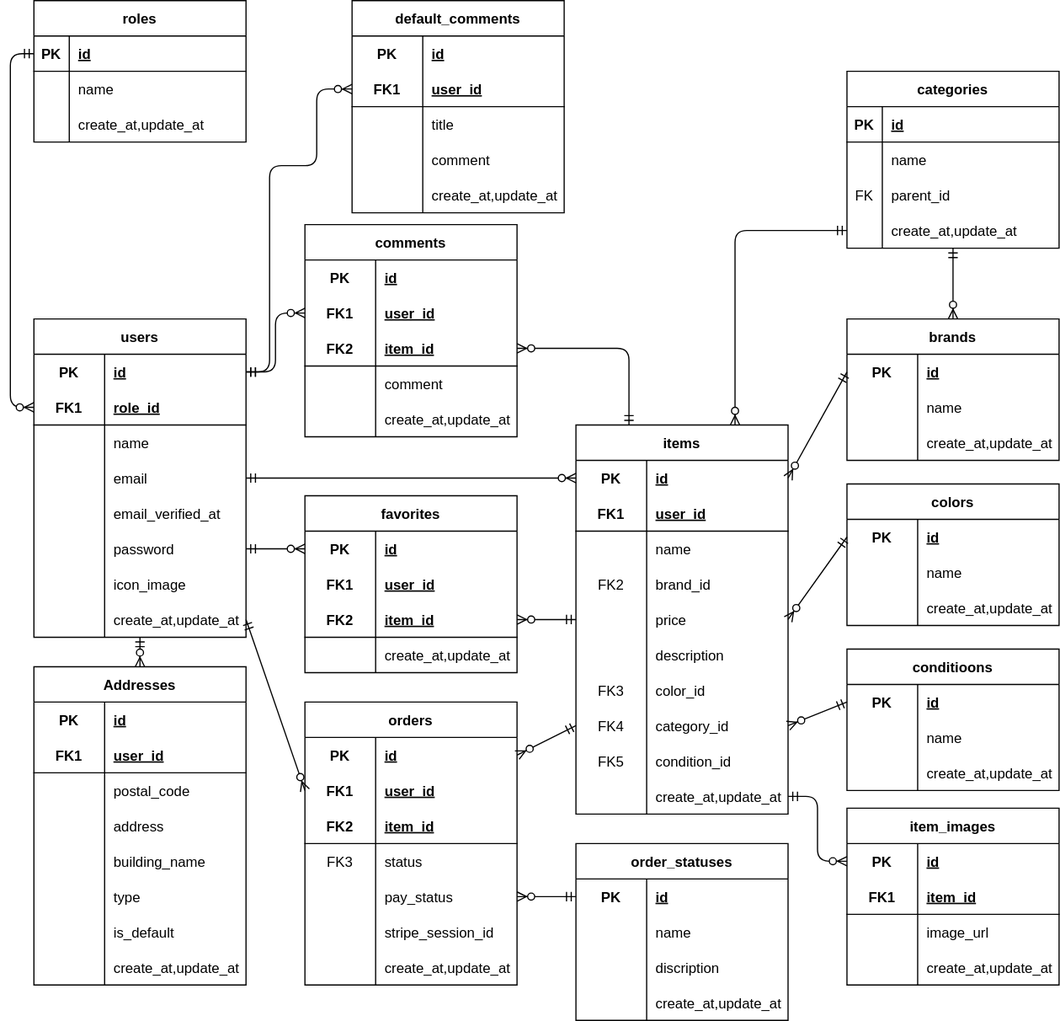
The draw.io diagram er.drawio.svg in fujico23/coachtech-flea-market-app, before a commit. Source tidied: cells renumbered, new cells last; positions are measured from the earlier drawing's top-left corner, leaving out a move shared by most shapes.
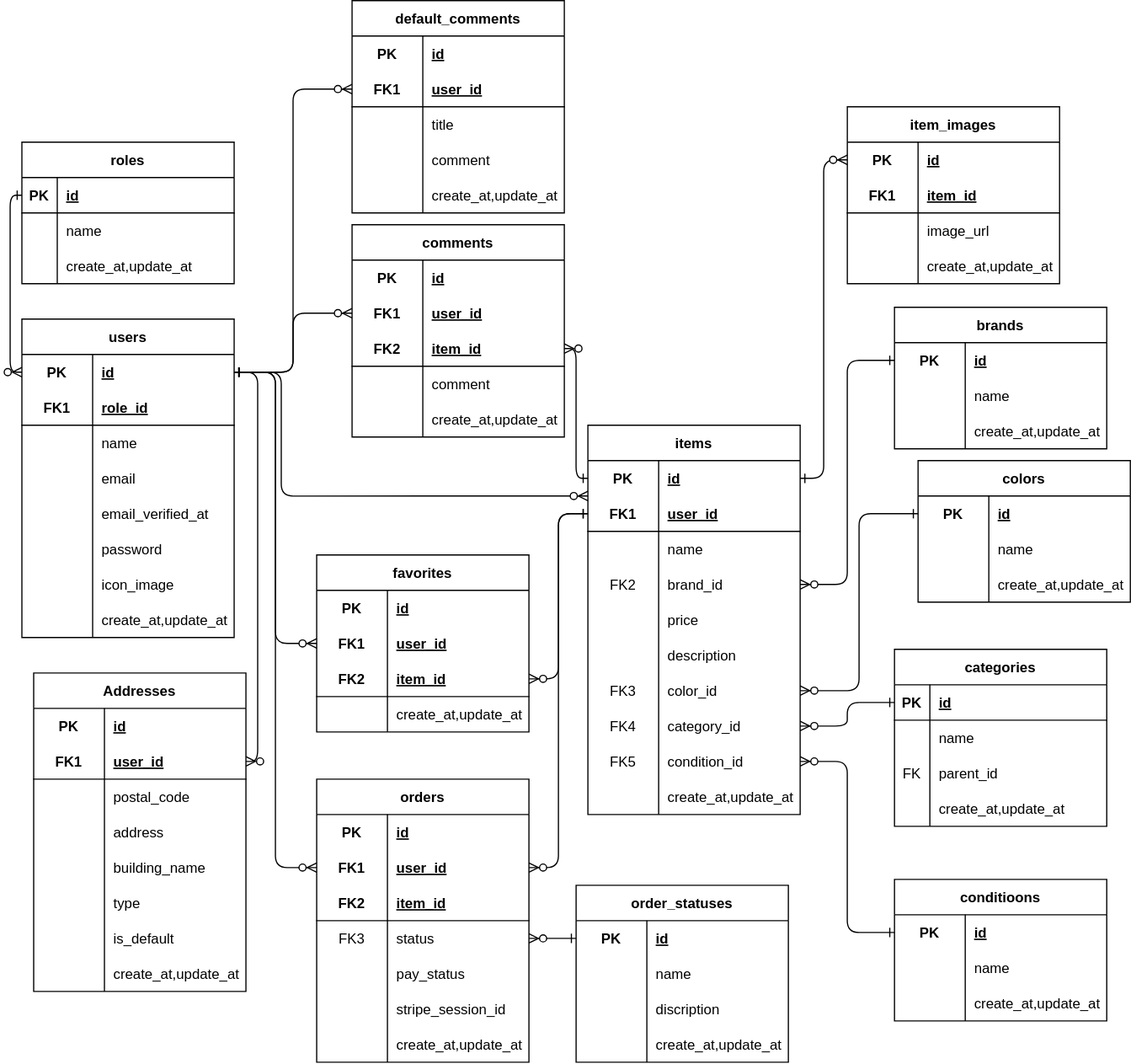
The same diagram one commit later.

Diff of the diagram source:
```diff
@@ -5,3 +5,3 @@
     <mxCell id="2" value="users" style="shape=table;startSize=30;rowLines=0;fontStyle=1;align=center;" parent="1" vertex="1">
-      <mxGeometry x="20" y="270" width="180" height="270" as="geometry" />
+      <mxGeometry x="10" y="270" width="180" height="270" as="geometry" />
     </mxCell>
@@ -80,3 +80,3 @@
     <mxCell id="27" value="roles" style="shape=table;startSize=30;rowLines=0;fontStyle=1;align=center;" parent="1" vertex="1">
-      <mxGeometry x="20" width="180" height="120" as="geometry" />
+      <mxGeometry x="10" y="120" width="180" height="120" as="geometry" />
     </mxCell>
@@ -110,3 +110,3 @@
     <mxCell id="37" value="Addresses" style="shape=table;startSize=30;rowLines=0;fontStyle=1;align=center;" parent="1" vertex="1">
-      <mxGeometry x="20" y="565" width="180" height="270" as="geometry" />
+      <mxGeometry x="20" y="570" width="180" height="270" as="geometry" />
     </mxCell>
@@ -185,3 +185,3 @@
     <mxCell id="62" value="items" style="shape=table;startSize=30;rowLines=0;fontStyle=1;align=center;" parent="1" vertex="1">
-      <mxGeometry x="480" y="360" width="180" height="330" as="geometry" />
+      <mxGeometry x="490" y="360" width="180" height="330" as="geometry" />
     </mxCell>
@@ -278,3 +278,3 @@
     <mxCell id="93" value="brands" style="shape=table;startSize=30;rowLines=0;fontStyle=1;align=center;" parent="1" vertex="1">
-      <mxGeometry x="710" y="270" width="180" height="120" as="geometry" />
+      <mxGeometry x="750" y="260" width="180" height="120" as="geometry" />
     </mxCell>
@@ -308,3 +308,3 @@
     <mxCell id="103" value="categories" style="shape=table;startSize=30;rowLines=0;fontStyle=1;align=center;" parent="1" vertex="1">
-      <mxGeometry x="710" y="60" width="180" height="150" as="geometry" />
+      <mxGeometry x="750" y="550" width="180" height="150" as="geometry" />
     </mxCell>
@@ -347,3 +347,3 @@
     <mxCell id="116" value="colors" style="shape=table;startSize=30;rowLines=0;fontStyle=1;align=center;" parent="1" vertex="1">
-      <mxGeometry x="710" y="410" width="180" height="120" as="geometry" />
+      <mxGeometry x="770" y="390" width="180" height="120" as="geometry" />
     </mxCell>
@@ -377,3 +377,3 @@
     <mxCell id="126" value="conditioons" style="shape=table;startSize=30;rowLines=0;fontStyle=1;align=center;" parent="1" vertex="1">
-      <mxGeometry x="710" y="550" width="180" height="120" as="geometry" />
+      <mxGeometry x="750" y="745" width="180" height="120" as="geometry" />
     </mxCell>
@@ -407,3 +407,3 @@
     <mxCell id="136" value="comments" style="shape=table;startSize=30;rowLines=0;fontStyle=1;align=center;" parent="1" vertex="1">
-      <mxGeometry x="250" y="190" width="180" height="180" as="geometry" />
+      <mxGeometry x="290" y="190" width="180" height="180" as="geometry" />
     </mxCell>
@@ -455,3 +455,3 @@
     <mxCell id="152" value="favorites" style="shape=table;startSize=30;rowLines=0;fontStyle=1;align=center;" parent="1" vertex="1">
-      <mxGeometry x="250" y="420" width="180" height="150" as="geometry" />
+      <mxGeometry x="260" y="470" width="180" height="150" as="geometry" />
     </mxCell>
@@ -494,3 +494,3 @@
     <mxCell id="165" value="orders" style="shape=table;startSize=30;rowLines=0;fontStyle=1;align=center;" parent="1" vertex="1">
-      <mxGeometry x="250" y="595" width="180" height="240" as="geometry" />
+      <mxGeometry x="260" y="660" width="180" height="240" as="geometry" />
     </mxCell>
@@ -560,3 +560,3 @@
     <mxCell id="187" value="order_statuses" style="shape=table;startSize=30;rowLines=0;fontStyle=1;align=center;" parent="1" vertex="1">
-      <mxGeometry x="480" y="715" width="180" height="150" as="geometry" />
+      <mxGeometry x="480" y="750" width="180" height="150" as="geometry" />
     </mxCell>
@@ -598,16 +598,4 @@
     </mxCell>
-    <mxCell id="200" style="fontSize=12;html=1;endArrow=ERzeroToMany;startArrow=ERmandOne;rounded=1;sketch=0;strokeColor=default;entryX=0.5;entryY=0;entryDx=0;entryDy=0;" parent="1" edge="1" source="24" target="37">
-      <mxGeometry relative="1" as="geometry" />
-    </mxCell>
-    <mxCell id="201" style="fontSize=12;html=1;endArrow=ERzeroToMany;startArrow=ERmandOne;rounded=1;sketch=0;strokeColor=default;entryX=1;entryY=0.5;entryDx=0;entryDy=0;exitX=0;exitY=0.5;exitDx=0;exitDy=0;" parent="1" edge="1" source="94" target="63">
-      <mxGeometry relative="1" as="geometry" />
-    </mxCell>
-    <mxCell id="202" style="fontSize=12;html=1;endArrow=ERzeroToMany;startArrow=ERmandOne;rounded=1;sketch=0;strokeColor=default;entryX=1;entryY=0.5;entryDx=0;entryDy=0;exitX=0;exitY=0.5;exitDx=0;exitDy=0;" parent="1" edge="1" source="117" target="75">
-      <mxGeometry relative="1" as="geometry" />
-    </mxCell>
-    <mxCell id="203" style="fontSize=12;html=1;endArrow=ERzeroToMany;startArrow=ERmandOne;rounded=1;sketch=0;strokeColor=default;entryX=1;entryY=0.5;entryDx=0;entryDy=0;exitX=0;exitY=0.5;exitDx=0;exitDy=0;" parent="1" edge="1" source="127" target="84">
-      <mxGeometry relative="1" as="geometry" />
-    </mxCell>
     <mxCell id="204" value="item_images" style="shape=table;startSize=30;rowLines=0;fontStyle=1;align=center;" parent="1" vertex="1">
-      <mxGeometry x="710" y="685" width="180" height="150" as="geometry" />
+      <mxGeometry x="710" y="90" width="180" height="150" as="geometry" />
     </mxCell>
@@ -649,40 +637,11 @@
     </mxCell>
-    <mxCell id="217" style="fontSize=12;html=1;endArrow=ERzeroToMany;startArrow=ERmandOne;rounded=1;sketch=0;strokeColor=default;entryX=0;entryY=0.5;entryDx=0;entryDy=0;exitX=1;exitY=0.5;exitDx=0;exitDy=0;edgeStyle=orthogonalEdgeStyle;" parent="1" edge="1" source="90" target="205">
+    <mxCell id="217" style="fontSize=12;html=1;endArrow=ERzeroToMany;startArrow=ERone;rounded=1;sketch=0;strokeColor=default;entryX=0;entryY=0.5;entryDx=0;entryDy=0;exitX=1;exitY=0.5;exitDx=0;exitDy=0;edgeStyle=orthogonalEdgeStyle;startFill=0;" parent="1" edge="1" source="63" target="205">
       <mxGeometry relative="1" as="geometry" />
     </mxCell>
-    <mxCell id="218" style="fontSize=12;html=1;endArrow=ERzeroToMany;startArrow=ERmandOne;rounded=1;sketch=0;strokeColor=default;entryX=0.5;entryY=0;entryDx=0;entryDy=0;" parent="1" edge="1" source="113" target="93">
-      <mxGeometry relative="1" as="geometry" />
-    </mxCell>
-    <mxCell id="219" style="fontSize=12;html=1;endArrow=ERzeroToMany;startArrow=ERmandOne;rounded=1;sketch=0;strokeColor=default;entryX=1;entryY=0.5;entryDx=0;entryDy=0;exitX=0;exitY=0.5;exitDx=0;exitDy=0;" parent="1" edge="1" source="188" target="178">
-      <mxGeometry relative="1" as="geometry" />
-    </mxCell>
-    <mxCell id="220" style="fontSize=12;html=1;endArrow=ERzeroToMany;startArrow=ERmandOne;rounded=1;sketch=0;strokeColor=default;entryX=0;entryY=0.5;entryDx=0;entryDy=0;exitX=1;exitY=0.5;exitDx=0;exitDy=0;" parent="1" edge="1" source="12" target="63">
-      <mxGeometry relative="1" as="geometry" />
-    </mxCell>
-    <mxCell id="221" style="fontSize=12;html=1;endArrow=ERzeroToMany;startArrow=ERmandOne;rounded=1;sketch=0;strokeColor=default;entryX=0;entryY=0.5;entryDx=0;entryDy=0;exitX=1;exitY=0.5;exitDx=0;exitDy=0;" parent="1" edge="1" source="18" target="153">
-      <mxGeometry relative="1" as="geometry" />
-    </mxCell>
-    <mxCell id="222" style="fontSize=12;html=1;endArrow=ERzeroToMany;startArrow=ERmandOne;rounded=1;sketch=0;strokeColor=default;entryX=0;entryY=0.5;entryDx=0;entryDy=0;exitX=1;exitY=0.5;exitDx=0;exitDy=0;" parent="1" edge="1" source="24" target="169">
-      <mxGeometry relative="1" as="geometry" />
-    </mxCell>
-    <mxCell id="223" style="fontSize=12;html=1;endArrow=ERzeroToMany;startArrow=ERmandOne;rounded=1;sketch=0;strokeColor=default;entryX=1;entryY=0.5;entryDx=0;entryDy=0;exitX=0;exitY=0.5;exitDx=0;exitDy=0;" parent="1" edge="1" source="75" target="159">
-      <mxGeometry relative="1" as="geometry" />
-    </mxCell>
-    <mxCell id="224" style="fontSize=12;html=1;endArrow=ERzeroToMany;startArrow=ERmandOne;rounded=1;sketch=0;strokeColor=default;entryX=1;entryY=0.5;entryDx=0;entryDy=0;exitX=0.25;exitY=0;exitDx=0;exitDy=0;edgeStyle=orthogonalEdgeStyle;" parent="1" edge="1" source="62" target="143">
+    <mxCell id="224" style="fontSize=12;html=1;endArrow=ERzeroToMany;startArrow=ERone;rounded=1;sketch=0;strokeColor=default;entryX=1;entryY=0.5;entryDx=0;entryDy=0;exitX=0;exitY=0.5;exitDx=0;exitDy=0;edgeStyle=orthogonalEdgeStyle;startFill=0;" parent="1" edge="1" source="63" target="143">
       <mxGeometry relative="1" as="geometry" />
     </mxCell>
-    <mxCell id="225" style="fontSize=12;html=1;endArrow=ERzeroToMany;startArrow=ERmandOne;rounded=1;sketch=0;strokeColor=default;entryX=1;entryY=0.5;entryDx=0;entryDy=0;exitX=0;exitY=0.5;exitDx=0;exitDy=0;" parent="1" edge="1" source="84" target="166">
-      <mxGeometry relative="1" as="geometry" />
-    </mxCell>
-    <mxCell id="226" style="fontSize=12;html=1;endArrow=ERzeroToMany;startArrow=ERmandOne;rounded=1;sketch=0;strokeColor=default;entryX=0.75;entryY=0;entryDx=0;entryDy=0;exitX=0;exitY=0.5;exitDx=0;exitDy=0;edgeStyle=orthogonalEdgeStyle;" parent="1" edge="1" source="113" target="62">
+    <mxCell id="226" style="fontSize=12;html=1;endArrow=ERzeroToMany;startArrow=ERone;rounded=1;sketch=0;strokeColor=default;entryX=1;entryY=0.5;entryDx=0;entryDy=0;exitX=0;exitY=0.5;exitDx=0;exitDy=0;edgeStyle=orthogonalEdgeStyle;startFill=0;" parent="1" edge="1" source="104" target="84">
       <mxGeometry relative="1" as="geometry" />
     </mxCell>
-    <mxCell id="227" style="fontSize=12;html=1;endArrow=ERzeroToMany;startArrow=ERmandOne;rounded=1;sketch=0;strokeColor=default;entryX=0;entryY=0.5;entryDx=0;entryDy=0;exitX=0;exitY=0.5;exitDx=0;exitDy=0;" parent="1" edge="1" source="28" target="6">
-      <mxGeometry relative="1" as="geometry">
-        <Array as="points">
-          <mxPoint y="45" />
-          <mxPoint y="345" />
-        </Array>
-      </mxGeometry>
-    </mxCell>
     <mxCell id="228" value="default_comments" style="shape=table;startSize=30;rowLines=0;fontStyle=1;align=center;" parent="1" vertex="1">
@@ -735,14 +694,45 @@
     </mxCell>
-    <mxCell id="244" style="fontSize=12;html=1;endArrow=ERzeroToMany;startArrow=ERmandOne;rounded=1;sketch=0;strokeColor=default;entryX=0;entryY=0.5;entryDx=0;entryDy=0;exitX=1;exitY=0.5;exitDx=0;exitDy=0;edgeStyle=orthogonalEdgeStyle;" parent="1" edge="1" source="3" target="140">
+    <mxCell id="244" style="fontSize=12;html=1;endArrow=ERzeroToMany;startArrow=ERone;rounded=1;sketch=0;strokeColor=default;entryX=0;entryY=0.5;entryDx=0;entryDy=0;exitX=1;exitY=0.5;exitDx=0;exitDy=0;edgeStyle=orthogonalEdgeStyle;startFill=0;" parent="1" edge="1" source="3" target="140">
       <mxGeometry relative="1" as="geometry" />
     </mxCell>
+    <mxCell id="246" style="fontSize=12;html=1;endArrow=ERzeroToMany;startArrow=ERone;rounded=1;sketch=0;strokeColor=default;exitX=0;exitY=0.5;exitDx=0;exitDy=0;edgeStyle=orthogonalEdgeStyle;startFill=0;" parent="1" edge="1" source="94" target="72">
+      <mxGeometry relative="1" as="geometry" />
+    </mxCell>
+    <mxCell id="247" style="fontSize=12;html=1;endArrow=ERzeroToMany;startArrow=ERone;rounded=1;sketch=0;strokeColor=default;exitX=0;exitY=0.5;exitDx=0;exitDy=0;edgeStyle=orthogonalEdgeStyle;startFill=0;entryX=1;entryY=0.5;entryDx=0;entryDy=0;" parent="1" edge="1" source="117" target="81">
+      <mxGeometry relative="1" as="geometry" />
+    </mxCell>
+    <mxCell id="248" style="fontSize=12;html=1;endArrow=ERzeroToMany;startArrow=ERone;rounded=1;sketch=0;strokeColor=default;exitX=0;exitY=0.5;exitDx=0;exitDy=0;edgeStyle=orthogonalEdgeStyle;startFill=0;entryX=1;entryY=0.5;entryDx=0;entryDy=0;" parent="1" edge="1" source="127" target="87">
+      <mxGeometry relative="1" as="geometry" />
+    </mxCell>
+    <mxCell id="249" style="fontSize=12;html=1;endArrow=ERzeroToMany;startArrow=ERone;rounded=1;sketch=0;strokeColor=default;entryX=1;entryY=0.5;entryDx=0;entryDy=0;exitX=0;exitY=0.5;exitDx=0;exitDy=0;edgeStyle=orthogonalEdgeStyle;startFill=0;" parent="1" edge="1" source="66" target="159">
+      <mxGeometry relative="1" as="geometry" />
+    </mxCell>
+    <mxCell id="250" style="fontSize=12;html=1;endArrow=ERzeroToMany;startArrow=ERone;rounded=1;sketch=0;strokeColor=default;entryX=1;entryY=0.5;entryDx=0;entryDy=0;exitX=0;exitY=0.5;exitDx=0;exitDy=0;edgeStyle=orthogonalEdgeStyle;startFill=0;" parent="1" edge="1" source="66" target="169">
+      <mxGeometry relative="1" as="geometry" />
+    </mxCell>
+    <mxCell id="251" style="fontSize=12;html=1;endArrow=ERzeroToMany;startArrow=ERone;rounded=1;sketch=0;strokeColor=default;exitX=0;exitY=0.5;exitDx=0;exitDy=0;edgeStyle=orthogonalEdgeStyle;startFill=0;" parent="1" edge="1" source="188" target="175">
+      <mxGeometry relative="1" as="geometry" />
+    </mxCell>
+    <mxCell id="252" style="fontSize=12;html=1;endArrow=ERzeroToMany;startArrow=ERone;rounded=1;sketch=0;strokeColor=default;exitX=1;exitY=0.5;exitDx=0;exitDy=0;edgeStyle=orthogonalEdgeStyle;startFill=0;entryX=0;entryY=0.5;entryDx=0;entryDy=0;" parent="1" edge="1" source="3" target="156">
+      <mxGeometry relative="1" as="geometry" />
+    </mxCell>
+    <mxCell id="253" style="fontSize=12;html=1;endArrow=ERzeroToMany;startArrow=ERone;rounded=1;sketch=0;strokeColor=default;exitX=1;exitY=0.5;exitDx=0;exitDy=0;edgeStyle=orthogonalEdgeStyle;startFill=0;entryX=0;entryY=0;entryDx=0;entryDy=0;entryPerimeter=0;" parent="1" edge="1" source="3" target="66">
+      <mxGeometry relative="1" as="geometry">
+        <Array as="points">
+          <mxPoint x="230" y="315" />
+          <mxPoint x="230" y="420" />
+        </Array>
+      </mxGeometry>
+    </mxCell>
+    <mxCell id="254" style="fontSize=12;html=1;endArrow=ERzeroToMany;startArrow=ERone;rounded=1;sketch=0;strokeColor=default;exitX=0;exitY=0.5;exitDx=0;exitDy=0;edgeStyle=orthogonalEdgeStyle;startFill=0;entryX=0;entryY=0.5;entryDx=0;entryDy=0;" parent="1" edge="1" source="28" target="3">
+      <mxGeometry relative="1" as="geometry" />
+    </mxCell>
+    <mxCell id="255" style="fontSize=12;html=1;endArrow=ERzeroToMany;startArrow=ERone;rounded=1;sketch=0;strokeColor=default;exitX=1;exitY=0.5;exitDx=0;exitDy=0;edgeStyle=orthogonalEdgeStyle;startFill=0;entryX=0;entryY=0.5;entryDx=0;entryDy=0;" parent="1" edge="1" source="3" target="169">
+      <mxGeometry relative="1" as="geometry" />
+    </mxCell>
+    <mxCell id="256" style="fontSize=12;html=1;endArrow=ERzeroToMany;startArrow=ERone;rounded=1;sketch=0;strokeColor=default;exitX=1;exitY=0.5;exitDx=0;exitDy=0;edgeStyle=orthogonalEdgeStyle;startFill=0;entryX=1;entryY=0.5;entryDx=0;entryDy=0;" parent="1" edge="1" source="3" target="41">
+      <mxGeometry relative="1" as="geometry" />
+    </mxCell>
-    <mxCell id="245" style="fontSize=12;html=1;endArrow=ERzeroToMany;startArrow=ERmandOne;rounded=1;sketch=0;strokeColor=default;entryX=0;entryY=0.5;entryDx=0;entryDy=0;exitX=1;exitY=0.5;exitDx=0;exitDy=0;edgeStyle=orthogonalEdgeStyle;" parent="1" edge="1" source="3" target="232">
-      <mxGeometry relative="1" as="geometry">
-        <Array as="points">
-          <mxPoint x="220" y="315" />
-          <mxPoint x="220" y="140" />
-          <mxPoint x="260" y="140" />
-          <mxPoint x="260" y="75" />
-        </Array>
-      </mxGeometry>
+    <mxCell id="245" style="fontSize=12;html=1;endArrow=ERzeroToMany;startArrow=ERone;rounded=1;sketch=0;strokeColor=default;entryX=0;entryY=0.5;entryDx=0;entryDy=0;exitX=1;exitY=0.5;exitDx=0;exitDy=0;edgeStyle=orthogonalEdgeStyle;startFill=0;" parent="1" edge="1" source="3" target="232">
+      <mxGeometry relative="1" as="geometry" />
     </mxCell>
```
